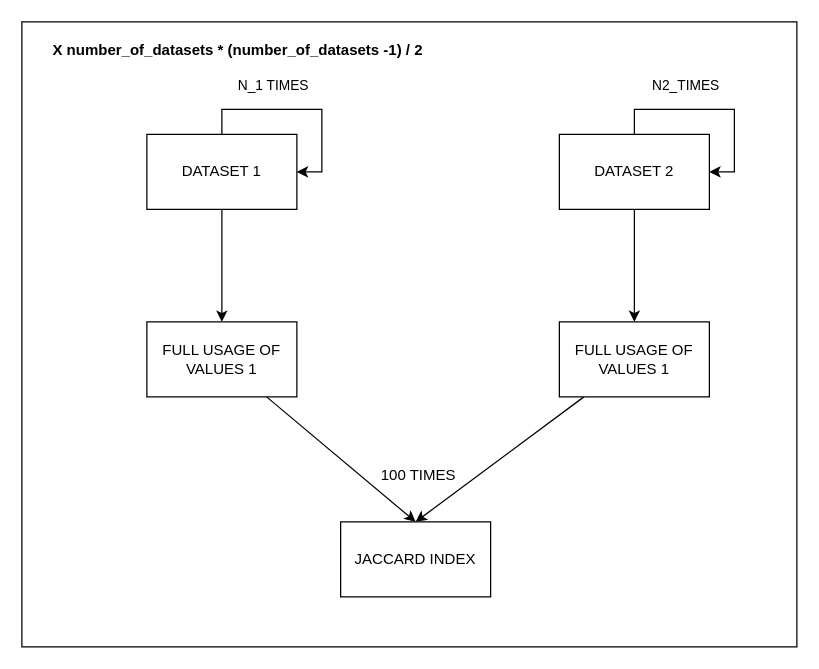
This is docs/pc_1.drawio from semwett0301/blps-labs, a draw.io file, before an edit. Source tidied: cells renumbered, new cells numbered last; positions are measured from the earlier drawing's top-left corner, leaving out a move shared by most shapes. Both pictures are drawn from the tidied source at 125%, with x=0, y=0 at pixel (21, 21).
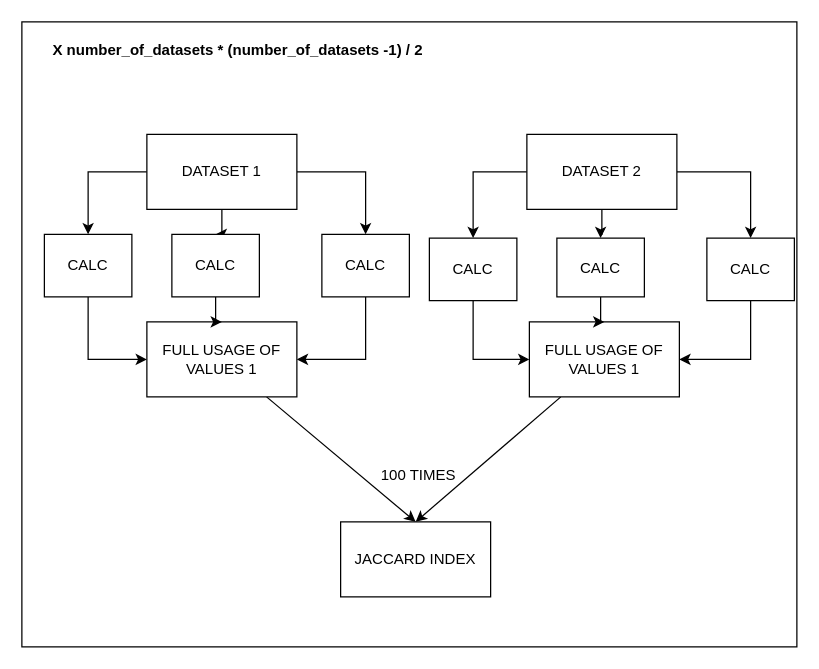
The same diagram, later.

Unchanged cells that the change refers to:
```xml
<mxCell id="4" value="DATASET 1" style="rounded=0;whiteSpace=wrap;html=1;" parent="1" vertex="1">
  <mxGeometry x="100" y="90" width="120" height="60" as="geometry" />
</mxCell>
<mxCell id="6" value="FULL USAGE OF VALUES 1" style="rounded=0;whiteSpace=wrap;html=1;" parent="1" vertex="1">
  <mxGeometry x="100" y="240" width="120" height="60" as="geometry" />
</mxCell>
```

Diff of the diagram source:
```diff
@@
-    <mxCell id="3" style="edgeStyle=orthogonalEdgeStyle;rounded=0;jettySize=auto;html=1;entryX=0.5;entryY=0;entryDx=0;entryDy=0;" parent="1" edge="1" source="4" target="6">
-      <mxGeometry relative="1" as="geometry" />
-    </mxCell>
+    <mxCell id="18" style="edgeStyle=orthogonalEdgeStyle;rounded=0;jettySize=auto;html=1;entryX=0.5;entryY=0;entryDx=0;entryDy=0;" parent="1" edge="1" source="4" target="29">
+      <mxGeometry relative="1" as="geometry" />
+    </mxCell>
+    <mxCell id="19" style="edgeStyle=orthogonalEdgeStyle;rounded=0;jettySize=auto;html=1;entryX=0.5;entryY=0;entryDx=0;entryDy=0;" parent="1" edge="1" source="4" target="25">
+      <mxGeometry relative="1" as="geometry" />
+    </mxCell>
+    <mxCell id="20" style="edgeStyle=orthogonalEdgeStyle;rounded=0;jettySize=auto;html=1;entryX=0.5;entryY=0;entryDx=0;entryDy=0;" parent="1" edge="1" source="4" target="27">
+      <mxGeometry relative="1" as="geometry" />
+    </mxCell>
@@
-    <mxCell id="7" style="edgeStyle=orthogonalEdgeStyle;rounded=0;jettySize=auto;html=1;entryX=0.5;entryY=0;entryDx=0;entryDy=0;" parent="1" edge="1" source="8" target="10">
-      <mxGeometry relative="1" as="geometry" />
-    </mxCell>
+    <mxCell id="21" style="edgeStyle=orthogonalEdgeStyle;rounded=0;jettySize=auto;html=1;entryX=0.5;entryY=0;entryDx=0;entryDy=0;" parent="1" edge="1" source="8" target="31">
+      <mxGeometry relative="1" as="geometry" />
+    </mxCell>
+    <mxCell id="22" style="edgeStyle=orthogonalEdgeStyle;rounded=0;jettySize=auto;html=1;" parent="1" edge="1" source="8" target="35">
+      <mxGeometry relative="1" as="geometry" />
+    </mxCell>
+    <mxCell id="23" style="edgeStyle=orthogonalEdgeStyle;rounded=0;jettySize=auto;html=1;entryX=0.5;entryY=0;entryDx=0;entryDy=0;" parent="1" edge="1" source="8" target="33">
+      <mxGeometry relative="1" as="geometry" />
+    </mxCell>
     <mxCell id="8" value="DATASET 2" style="rounded=0;whiteSpace=wrap;html=1;" parent="1" vertex="1">
-      <mxGeometry x="430" y="90" width="120" height="60" as="geometry" />
+      <mxGeometry x="404" y="90" width="120" height="60" as="geometry" />
     </mxCell>
@@
     <mxCell id="10" value="FULL USAGE OF VALUES 1" style="rounded=0;whiteSpace=wrap;html=1;" parent="1" vertex="1">
-      <mxGeometry x="430" y="240" width="120" height="60" as="geometry" />
+      <mxGeometry x="406" y="240" width="120" height="60" as="geometry" />
     </mxCell>
@@
-    <mxCell id="12" style="edgeStyle=orthogonalEdgeStyle;rounded=0;orthogonalLoop=1;jettySize=auto;html=1;entryX=1;entryY=0.5;entryDx=0;entryDy=0;" parent="1" edge="1" source="4" target="4">
-      <mxGeometry relative="1" as="geometry" />
-    </mxCell>
-    <mxCell id="13" value="N_1 TIMES" style="edgeLabel;html=1;align=center;verticalAlign=middle;" parent="12" vertex="1">
-      <mxGeometry x="-0.1" y="1" relative="1" as="geometry">
-        <mxPoint x="-17" y="-19" as="offset" />
-      </mxGeometry>
-    </mxCell>
-    <mxCell id="14" style="edgeStyle=orthogonalEdgeStyle;rounded=0;orthogonalLoop=1;jettySize=auto;html=1;entryX=1;entryY=0.5;entryDx=0;entryDy=0;" parent="1" edge="1" source="8" target="8">
-      <mxGeometry relative="1" as="geometry" />
-    </mxCell>
-    <mxCell id="15" value="N2_TIMES" style="edgeLabel;html=1;align=center;verticalAlign=middle;" parent="14" vertex="1">
-      <mxGeometry x="-0.14" y="-1" relative="1" as="geometry">
-        <mxPoint x="-13" y="-21" as="offset" />
-      </mxGeometry>
-    </mxCell>
@@
+    <mxCell id="24" style="edgeStyle=orthogonalEdgeStyle;rounded=0;jettySize=auto;html=1;entryX=0;entryY=0.5;entryDx=0;entryDy=0;exitX=0.5;exitY=1;exitDx=0;exitDy=0;" parent="1" edge="1" source="25" target="6">
+      <mxGeometry relative="1" as="geometry" />
+    </mxCell>
+    <mxCell id="25" value="CALC" style="rounded=0;whiteSpace=wrap;html=1;" parent="1" vertex="1">
+      <mxGeometry x="18" y="170" width="70" height="50" as="geometry" />
+    </mxCell>
+    <mxCell id="26" style="edgeStyle=orthogonalEdgeStyle;rounded=0;jettySize=auto;html=1;entryX=1;entryY=0.5;entryDx=0;entryDy=0;exitX=0.5;exitY=1;exitDx=0;exitDy=0;" parent="1" edge="1" source="27" target="6">
+      <mxGeometry relative="1" as="geometry" />
+    </mxCell>
+    <mxCell id="27" value="CALC" style="rounded=0;whiteSpace=wrap;html=1;" parent="1" vertex="1">
+      <mxGeometry x="240" y="170" width="70" height="50" as="geometry" />
+    </mxCell>
+    <mxCell id="28" style="edgeStyle=orthogonalEdgeStyle;rounded=0;jettySize=auto;html=1;" parent="1" edge="1" source="29" target="6">
+      <mxGeometry relative="1" as="geometry" />
+    </mxCell>
+    <mxCell id="29" value="CALC" style="rounded=0;whiteSpace=wrap;html=1;" parent="1" vertex="1">
+      <mxGeometry x="120" y="170" width="70" height="50" as="geometry" />
+    </mxCell>
+    <mxCell id="30" style="edgeStyle=orthogonalEdgeStyle;rounded=0;jettySize=auto;html=1;entryX=0;entryY=0.5;entryDx=0;entryDy=0;exitX=0.5;exitY=1;exitDx=0;exitDy=0;" parent="1" edge="1" source="31" target="10">
+      <mxGeometry relative="1" as="geometry" />
+    </mxCell>
+    <mxCell id="31" value="CALC" style="rounded=0;whiteSpace=wrap;html=1;" parent="1" vertex="1">
+      <mxGeometry x="326" y="173" width="70" height="50" as="geometry" />
+    </mxCell>
+    <mxCell id="32" style="edgeStyle=orthogonalEdgeStyle;rounded=0;jettySize=auto;html=1;entryX=1;entryY=0.5;entryDx=0;entryDy=0;exitX=0.5;exitY=1;exitDx=0;exitDy=0;" parent="1" edge="1" source="33" target="10">
+      <mxGeometry relative="1" as="geometry" />
+    </mxCell>
+    <mxCell id="33" value="CALC" style="rounded=0;whiteSpace=wrap;html=1;" parent="1" vertex="1">
+      <mxGeometry x="548" y="173" width="70" height="50" as="geometry" />
+    </mxCell>
+    <mxCell id="34" style="edgeStyle=orthogonalEdgeStyle;rounded=0;jettySize=auto;html=1;" parent="1" edge="1" source="35" target="10">
+      <mxGeometry relative="1" as="geometry" />
+    </mxCell>
+    <mxCell id="35" value="CALC" style="rounded=0;whiteSpace=wrap;html=1;" parent="1" vertex="1">
+      <mxGeometry x="428" y="173" width="70" height="47" as="geometry" />
+    </mxCell>
```
